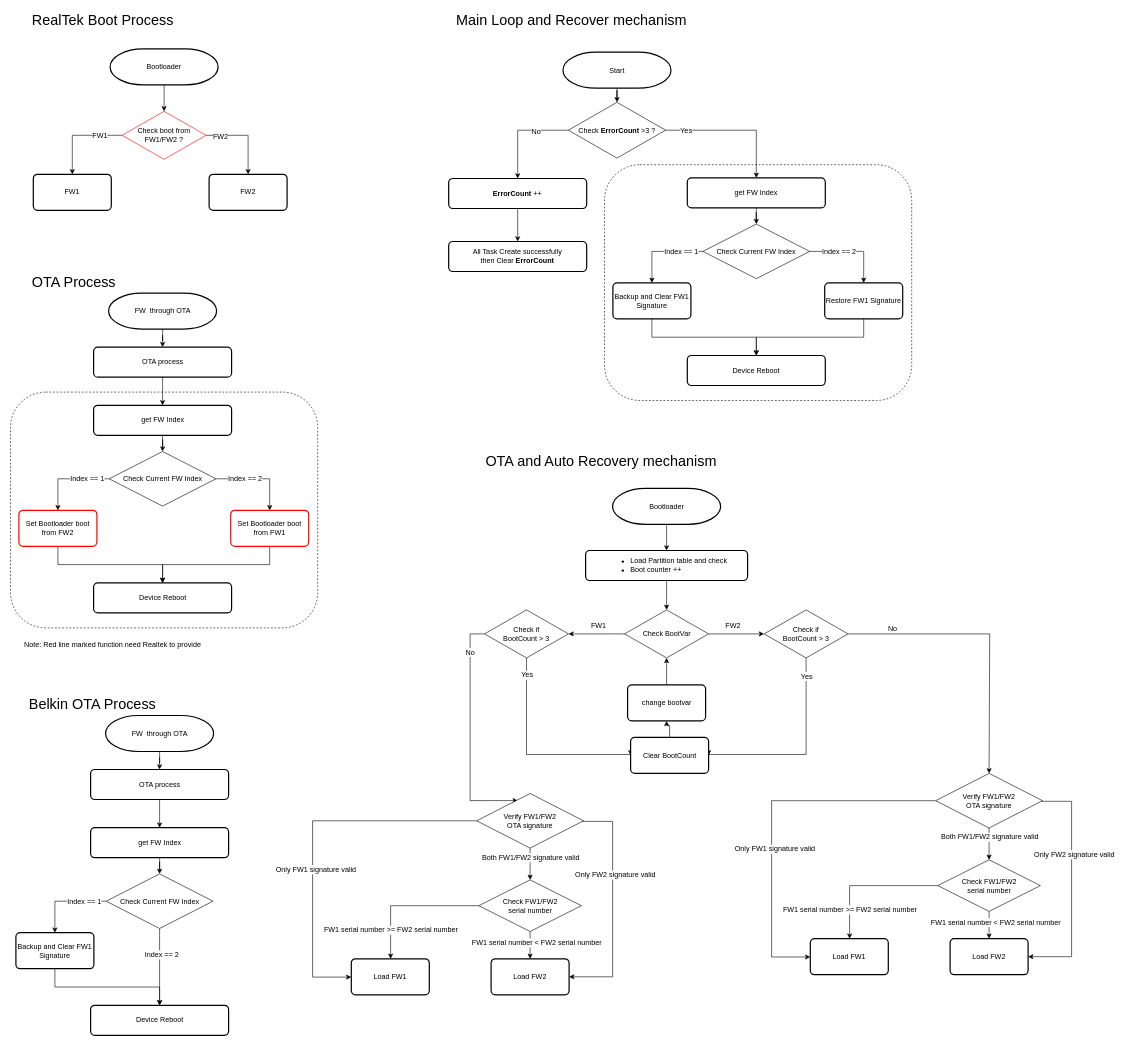
Earlier version of the draw.io diagram AutoRecovery.drawio (starbuckslatte/starbuckslatte.github.io). Source tidied: cells renumbered, new cells numbered last; positions are measured from the earlier drawing's top-left corner, leaving out a move shared by most shapes. Both pictures are drawn from the tidied source at 60%, with x=0, y=0 at pixel (10, 10).
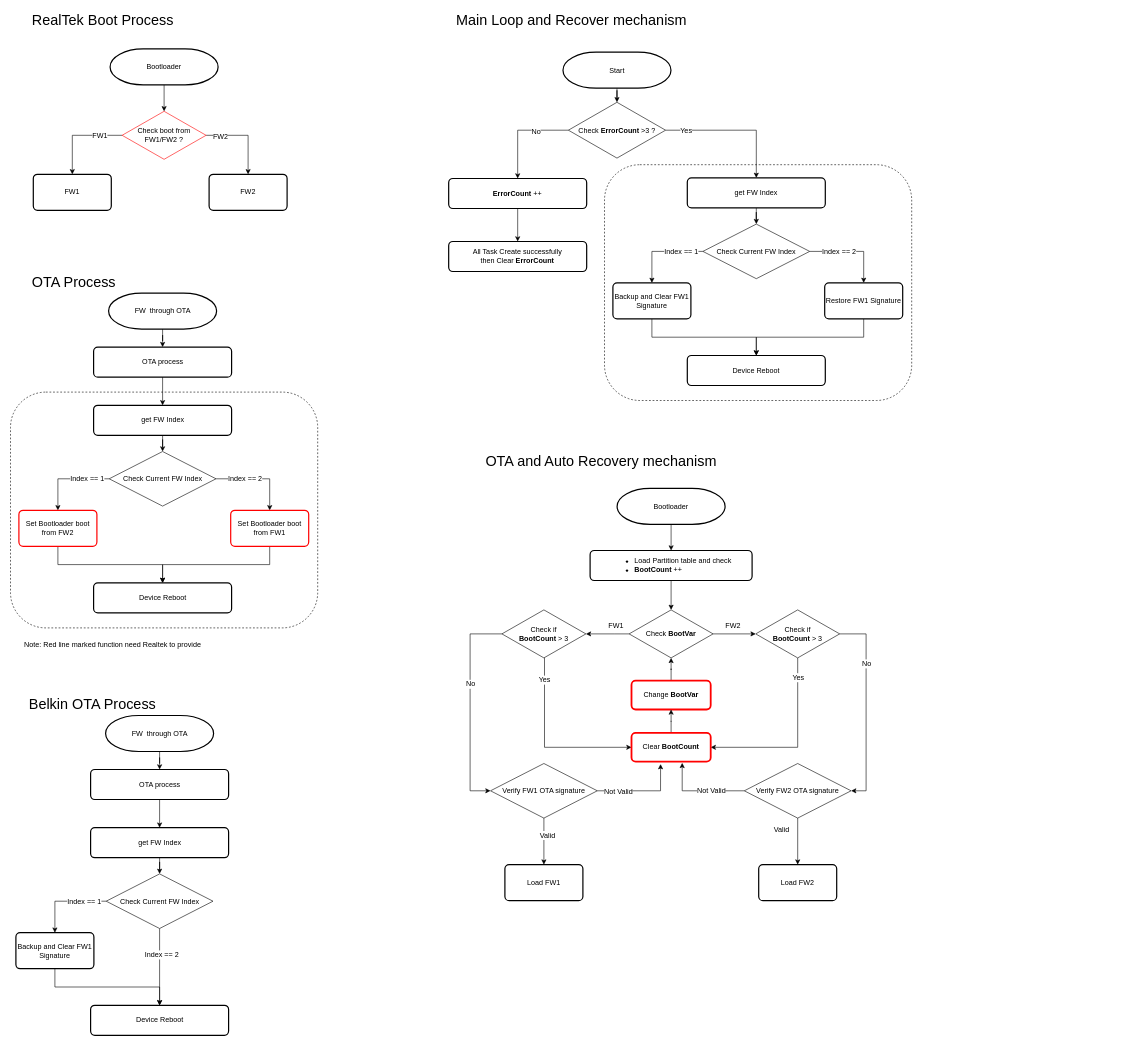
The same page after the edit.

The edit, as a diff of the source:
```diff
@@
-    <mxCell id="73" value="Check BootVar" style="rhombus;whiteSpace=wrap;html=1;strokeColor=#000000;flipV=0;" parent="1" vertex="1">
-      <mxGeometry x="1023.5" y="999" width="140" height="80" as="geometry" />
+    <mxCell id="73" value="Check &lt;b&gt;BootVar&lt;/b&gt;" style="rhombus;whiteSpace=wrap;html=1;strokeColor=#000000;flipV=0;strokeWidth=1;flipH=1;" parent="1" vertex="1">
+      <mxGeometry x="1031" y="999" width="140" height="80" as="geometry" />
     </mxCell>
@@
     <mxCell id="75" value="Bootloader" style="strokeWidth=2;html=1;shape=mxgraph.flowchart.terminator;whiteSpace=wrap;flipV=0;" parent="1" vertex="1">
-      <mxGeometry x="1003.5" y="796.5" width="180" height="60" as="geometry" />
+      <mxGeometry x="1011" y="796.5" width="180" height="60" as="geometry" />
     </mxCell>
-    <mxCell id="76" style="edgeStyle=orthogonalEdgeStyle;rounded=0;jettySize=auto;html=1;entryX=0;entryY=0.5;entryDx=0;entryDy=0;" parent="1" edge="1" source="80" target="122">
-      <mxGeometry relative="1" as="geometry">
-        <Array as="points">
-          <mxPoint x="860" y="1240" />
-          <mxPoint x="1033" y="1240" />
-        </Array>
-      </mxGeometry>
-    </mxCell>
-    <mxCell id="77" value="Yes" style="text;html=1;align=center;verticalAlign=middle;labelBackgroundColor=#ffffff;" parent="76" vertex="1">
-      <mxGeometry x="-0.85" relative="1" as="geometry">
-        <mxPoint y="3" as="offset" />
-      </mxGeometry>
-    </mxCell>
+    <mxCell id="123" style="edgeStyle=orthogonalEdgeStyle;rounded=0;jettySize=auto;html=1;entryX=0;entryY=0.5;entryDx=0;entryDy=0;" parent="1" edge="1" source="80" target="140">
+      <mxGeometry relative="1" as="geometry">
+        <Array as="points">
+          <mxPoint x="890" y="1228" />
+        </Array>
+      </mxGeometry>
+    </mxCell>
+    <mxCell id="124" value="Yes" style="text;html=1;align=center;verticalAlign=middle;labelBackgroundColor=#ffffff;" parent="123" vertex="1">
+      <mxGeometry x="-0.75" y="-1" relative="1" as="geometry" />
+    </mxCell>
-    <mxCell id="78" style="edgeStyle=orthogonalEdgeStyle;rounded=0;jettySize=auto;html=1;entryX=0.385;entryY=0.13;entryDx=0;entryDy=0;entryPerimeter=0;" parent="1" edge="1" source="80" target="97">
+    <mxCell id="78" style="edgeStyle=orthogonalEdgeStyle;rounded=0;jettySize=auto;html=1;entryX=0;entryY=0.5;entryDx=0;entryDy=0;" parent="1" edge="1" source="80" target="97">
       <mxGeometry relative="1" as="geometry">
         <Array as="points">
           <mxPoint x="766" y="1039" />
-          <mxPoint x="766" y="1316" />
+          <mxPoint x="766" y="1301" />
         </Array>
       </mxGeometry>
     </mxCell>
-    <mxCell id="79" value="No" style="text;html=1;align=center;verticalAlign=middle;labelBackgroundColor=#ffffff;" parent="78" vertex="1">
-      <mxGeometry x="-0.71" y="-1" relative="1" as="geometry">
-        <mxPoint y="-1" as="offset" />
-      </mxGeometry>
-    </mxCell>
+    <mxCell id="125" value="No" style="text;html=1;align=center;verticalAlign=middle;labelBackgroundColor=#ffffff;" parent="78" vertex="1">
+      <mxGeometry x="-0.48" y="1" relative="1" as="geometry">
+        <mxPoint x="-1" y="45.5" as="offset" />
+      </mxGeometry>
+    </mxCell>
-    <mxCell id="80" value="&lt;div&gt;Check if &lt;br&gt;&lt;/div&gt;&lt;div&gt;BootCount &amp;gt; 3&lt;br&gt;&lt;/div&gt;" style="rhombus;whiteSpace=wrap;html=1;strokeColor=#000000;" parent="1" vertex="1">
-      <mxGeometry x="790" y="999" width="140" height="80" as="geometry" />
+    <mxCell id="80" value="&lt;div&gt;Check if &lt;br&gt;&lt;/div&gt;&lt;div&gt;&lt;b&gt;BootCount&lt;/b&gt; &amp;gt; 3&lt;br&gt;&lt;/div&gt;" style="rhombus;whiteSpace=wrap;html=1;strokeColor=#000000;flipH=1;" parent="1" vertex="1">
+      <mxGeometry x="819" y="999" width="140" height="80" as="geometry" />
     </mxCell>
@@
-    <mxCell id="83" value="&lt;ul&gt;&lt;li&gt;Load Partition table and check&lt;/li&gt;&lt;li&gt;&lt;div align=&quot;left&quot;&gt;Boot counter ++&lt;/div&gt;&lt;/li&gt;&lt;/ul&gt;" style="rounded=1;whiteSpace=wrap;html=1;absoluteArcSize=1;arcSize=14;strokeWidth=2;flipV=0;" parent="1" vertex="1">
-      <mxGeometry x="958.5" y="900" width="270" height="50" as="geometry" />
+    <mxCell id="83" value="&lt;ul&gt;&lt;li&gt;Load Partition table and check&lt;/li&gt;&lt;li&gt;&lt;div align=&quot;left&quot;&gt;&lt;b&gt;BootCount&lt;/b&gt; ++&lt;/div&gt;&lt;/li&gt;&lt;/ul&gt;" style="rounded=1;whiteSpace=wrap;html=1;absoluteArcSize=1;arcSize=14;strokeWidth=2;flipV=0;" parent="1" vertex="1">
+      <mxGeometry x="966" y="900" width="270" height="50" as="geometry" />
     </mxCell>
-    <mxCell id="84" style="edgeStyle=orthogonalEdgeStyle;rounded=0;jettySize=auto;html=1;entryX=1;entryY=0.5;entryDx=0;entryDy=0;" parent="1" edge="1" source="88" target="122">
-      <mxGeometry relative="1" as="geometry">
-        <Array as="points">
-          <mxPoint x="1326" y="1240" />
-          <mxPoint x="1164" y="1240" />
-        </Array>
-      </mxGeometry>
-    </mxCell>
-    <mxCell id="85" value="Yes" style="text;html=1;align=center;verticalAlign=middle;labelBackgroundColor=#ffffff;" parent="84" vertex="1">
-      <mxGeometry x="-0.77" relative="1" as="geometry">
-        <mxPoint y="-6.5" as="offset" />
-      </mxGeometry>
-    </mxCell>
-    <mxCell id="86" style="edgeStyle=orthogonalEdgeStyle;rounded=0;jettySize=auto;html=1;entryX=0.5;entryY=0;entryDx=0;entryDy=0;" parent="1" edge="1" source="88" target="113">
-      <mxGeometry relative="1" as="geometry">
-        <Array as="points">
-          <mxPoint x="1632" y="1039" />
-        </Array>
-      </mxGeometry>
-    </mxCell>
-    <mxCell id="87" value="No" style="text;html=1;align=center;verticalAlign=middle;labelBackgroundColor=#ffffff;" parent="86" vertex="1">
-      <mxGeometry x="-0.69" relative="1" as="geometry">
-        <mxPoint y="-9.1" as="offset" />
-      </mxGeometry>
-    </mxCell>
+    <mxCell id="126" style="edgeStyle=orthogonalEdgeStyle;rounded=0;jettySize=auto;html=1;entryX=1;entryY=0.5;entryDx=0;entryDy=0;" parent="1" edge="1" source="88" target="137">
+      <mxGeometry relative="1" as="geometry">
+        <Array as="points">
+          <mxPoint x="1426" y="1039" />
+          <mxPoint x="1426" y="1301" />
+        </Array>
+      </mxGeometry>
+    </mxCell>
+    <mxCell id="127" value="No" style="text;html=1;align=center;verticalAlign=middle;labelBackgroundColor=#ffffff;" parent="126" vertex="1">
+      <mxGeometry x="-0.6" y="2" relative="1" as="geometry">
+        <mxPoint x="-2" y="27.5" as="offset" />
+      </mxGeometry>
+    </mxCell>
+    <mxCell id="128" style="edgeStyle=orthogonalEdgeStyle;rounded=0;jettySize=auto;html=1;entryX=1;entryY=0.5;entryDx=0;entryDy=0;" parent="1" edge="1" source="88" target="140">
+      <mxGeometry relative="1" as="geometry">
+        <Array as="points">
+          <mxPoint x="1312" y="1228" />
+        </Array>
+      </mxGeometry>
+    </mxCell>
+    <mxCell id="129" value="Yes" style="text;html=1;align=center;verticalAlign=middle;labelBackgroundColor=#ffffff;" parent="128" vertex="1">
+      <mxGeometry x="-0.78" relative="1" as="geometry" />
+    </mxCell>
-    <mxCell id="88" value="&lt;div&gt;Check if &lt;br&gt;&lt;/div&gt;&lt;div&gt;BootCount &amp;gt; 3&lt;br&gt;&lt;/div&gt;" style="rhombus;whiteSpace=wrap;html=1;strokeColor=#000000;" parent="1" vertex="1">
-      <mxGeometry x="1256" y="999" width="140" height="80" as="geometry" />
+    <mxCell id="88" value="&lt;div&gt;Check if &lt;br&gt;&lt;/div&gt;&lt;div&gt;&lt;b&gt;BootCount&lt;/b&gt; &amp;gt; 3&lt;br&gt;&lt;/div&gt;" style="rhombus;whiteSpace=wrap;html=1;strokeColor=#000000;flipH=1;" parent="1" vertex="1">
+      <mxGeometry x="1242" y="999" width="140" height="80" as="geometry" />
     </mxCell>
     <mxCell id="89" value="FW1" style="text;html=1;align=center;verticalAlign=middle;labelBackgroundColor=#ffffff;" parent="1" vertex="1">
-      <mxGeometry x="966" y="1026" as="geometry">
+      <mxGeometry x="995" y="1026" as="geometry">
         <mxPoint x="13" y="-1.5" as="offset" />
       </mxGeometry>
     </mxCell>
@@
     <mxCell id="91" value="Load FW1" style="rounded=1;whiteSpace=wrap;html=1;absoluteArcSize=1;arcSize=14;strokeWidth=2;strokeColor=#000000;" parent="1" vertex="1">
-      <mxGeometry x="568" y="1580.5" width="130" height="60" as="geometry" />
+      <mxGeometry x="824" y="1423.5" width="130" height="60" as="geometry" />
     </mxCell>
     <mxCell id="92" style="edgeStyle=orthogonalEdgeStyle;rounded=0;jettySize=auto;html=1;" parent="1" edge="1" source="97" target="91">
       <mxGeometry relative="1" as="geometry">
         <Array as="points">
-          <mxPoint x="503.5" y="1351" />
-          <mxPoint x="503.5" y="1611" />
+          <mxPoint x="889" y="1452" />
+          <mxPoint x="889" y="1452" />
         </Array>
       </mxGeometry>
     </mxCell>
-    <mxCell id="93" value="Only FW1 signature valid" style="text;html=1;align=center;verticalAlign=middle;labelBackgroundColor=#ffffff;" parent="92" vertex="1">
+    <mxCell id="93" value="Valid" style="text;html=1;align=center;verticalAlign=middle;labelBackgroundColor=#ffffff;" parent="92" vertex="1">
       <mxGeometry x="0.25" y="5" relative="1" as="geometry">
         <mxPoint y="-20" as="offset" />
       </mxGeometry>
     </mxCell>
-    <mxCell id="94" style="edgeStyle=orthogonalEdgeStyle;rounded=0;jettySize=auto;html=1;entryX=1;entryY=0.5;entryDx=0;entryDy=0;" parent="1" edge="1" source="97" target="101">
-      <mxGeometry relative="1" as="geometry">
-        <Array as="points">
-          <mxPoint x="1003.5" y="1351.5" />
-          <mxPoint x="1003.5" y="1610.5" />
-        </Array>
-      </mxGeometry>
-    </mxCell>
-    <mxCell id="95" value="Only FW2 signature valid" style="text;html=1;align=center;verticalAlign=middle;labelBackgroundColor=#ffffff;" parent="94" vertex="1">
-      <mxGeometry x="-0.27" y="4" relative="1" as="geometry" />
-    </mxCell>
-    <mxCell id="96" style="edgeStyle=orthogonalEdgeStyle;rounded=0;jettySize=auto;html=1;entryX=0.5;entryY=0;entryDx=0;entryDy=0;" parent="1" edge="1" source="97" target="100">
-      <mxGeometry relative="1" as="geometry">
-        <Array as="points">
-          <mxPoint x="866.5" y="1439" />
-        </Array>
-      </mxGeometry>
-    </mxCell>
+    <mxCell id="130" style="edgeStyle=orthogonalEdgeStyle;rounded=0;jettySize=auto;html=1;entryX=0.367;entryY=1.083;entryDx=0;entryDy=0;entryPerimeter=0;" parent="1" edge="1" source="97" target="140">
+      <mxGeometry relative="1" as="geometry" />
+    </mxCell>
+    <mxCell id="131" value="Not Valid" style="text;html=1;align=center;verticalAlign=middle;labelBackgroundColor=#ffffff;" parent="130" vertex="1">
+      <mxGeometry x="-0.54" y="-2" relative="1" as="geometry" />
+    </mxCell>
-    <mxCell id="97" value="&lt;div&gt;Verify FW1/FW2&lt;/div&gt;&lt;div&gt;OTA signature&lt;br&gt;&lt;/div&gt;" style="rhombus;whiteSpace=wrap;html=1;flipV=0;" parent="1" vertex="1">
-      <mxGeometry x="777" y="1305" width="178" height="91" as="geometry" />
+    <mxCell id="97" value="&lt;div&gt;Verify FW1 OTA signature&lt;br&gt;&lt;/div&gt;" style="rhombus;whiteSpace=wrap;html=1;flipV=0;" parent="1" vertex="1">
+      <mxGeometry x="800" y="1255" width="178" height="91" as="geometry" />
     </mxCell>
-    <mxCell id="98" style="edgeStyle=orthogonalEdgeStyle;rounded=0;jettySize=auto;html=1;" parent="1" edge="1" source="100" target="101">
-      <mxGeometry relative="1" as="geometry">
-        <Array as="points">
-          <mxPoint x="866.5" y="1551" />
-          <mxPoint x="866.5" y="1551" />
-        </Array>
-      </mxGeometry>
-    </mxCell>
-    <mxCell id="99" style="edgeStyle=orthogonalEdgeStyle;rounded=0;jettySize=auto;html=1;" parent="1" edge="1" source="100" target="91">
-      <mxGeometry relative="1" as="geometry">
-        <Array as="points">
-          <mxPoint x="633.5" y="1492" />
-        </Array>
-      </mxGeometry>
-    </mxCell>
-    <mxCell id="100" value="&lt;div&gt;Check FW1/FW2&lt;/div&gt;&lt;div&gt;serial number&lt;br&gt;&lt;/div&gt;" style="rhombus;whiteSpace=wrap;html=1;strokeColor=#000000;flipV=0;" parent="1" vertex="1">
-      <mxGeometry x="780.5" y="1449" width="171" height="86" as="geometry" />
-    </mxCell>
-    <mxCell id="101" value="Load FW2" style="rounded=1;whiteSpace=wrap;html=1;absoluteArcSize=1;arcSize=14;strokeWidth=2;strokeColor=#000000;flipV=0;" parent="1" vertex="1">
-      <mxGeometry x="801" y="1580.5" width="130" height="60" as="geometry" />
-    </mxCell>
-    <mxCell id="102" value="Both FW1/FW2 signature valid" style="text;html=1;align=center;verticalAlign=middle;labelBackgroundColor=#ffffff;" parent="1" vertex="1">
-      <mxGeometry x="866" y="1411" as="geometry" />
-    </mxCell>
-    <mxCell id="103" value="FW1 serial number &amp;lt; FW2 serial number" style="text;html=1;align=center;verticalAlign=middle;labelBackgroundColor=#ffffff;" parent="1" vertex="1">
-      <mxGeometry x="876.5" y="1553" as="geometry" />
-    </mxCell>
-    <mxCell id="104" value="FW1 serial number &amp;gt;= FW2 serial number" style="text;html=1;align=center;verticalAlign=middle;labelBackgroundColor=#ffffff;" parent="1" vertex="1">
-      <mxGeometry x="633" y="1532" as="geometry" />
-    </mxCell>
-    <mxCell id="105" style="edgeStyle=orthogonalEdgeStyle;rounded=0;jettySize=auto;html=1;" parent="1" edge="1" source="106" target="73">
-      <mxGeometry relative="1" as="geometry" />
-    </mxCell>
-    <mxCell id="106" value="change bootvar" style="rounded=1;whiteSpace=wrap;html=1;absoluteArcSize=1;arcSize=14;strokeWidth=2;strokeColor=#000000;flipV=0;" parent="1" vertex="1">
-      <mxGeometry x="1028.5" y="1124" width="130" height="60" as="geometry" />
-    </mxCell>
-    <mxCell id="107" value="Load FW1" style="rounded=1;whiteSpace=wrap;html=1;absoluteArcSize=1;arcSize=14;strokeWidth=2;strokeColor=#000000;" parent="1" vertex="1">
-      <mxGeometry x="1333" y="1547" width="130" height="60" as="geometry" />
-    </mxCell>
-    <mxCell id="108" style="edgeStyle=orthogonalEdgeStyle;rounded=0;jettySize=auto;html=1;" parent="1" edge="1" source="113" target="107">
-      <mxGeometry relative="1" as="geometry">
-        <Array as="points">
-          <mxPoint x="1268.5" y="1317.5" />
-          <mxPoint x="1268.5" y="1577.5" />
-        </Array>
-      </mxGeometry>
-    </mxCell>
-    <mxCell id="109" value="Only FW1 signature valid" style="text;html=1;align=center;verticalAlign=middle;labelBackgroundColor=#ffffff;" parent="108" vertex="1">
-      <mxGeometry x="0.25" y="5" relative="1" as="geometry">
-        <mxPoint y="-20" as="offset" />
-      </mxGeometry>
-    </mxCell>
-    <mxCell id="110" style="edgeStyle=orthogonalEdgeStyle;rounded=0;jettySize=auto;html=1;entryX=1;entryY=0.5;entryDx=0;entryDy=0;" parent="1" edge="1" source="113" target="117">
-      <mxGeometry relative="1" as="geometry">
-        <Array as="points">
-          <mxPoint x="1768.5" y="1318" />
-          <mxPoint x="1768.5" y="1577" />
-        </Array>
-      </mxGeometry>
-    </mxCell>
-    <mxCell id="111" value="Only FW2 signature valid" style="text;html=1;align=center;verticalAlign=middle;labelBackgroundColor=#ffffff;" parent="110" vertex="1">
-      <mxGeometry x="-0.27" y="4" relative="1" as="geometry" />
-    </mxCell>
-    <mxCell id="112" style="edgeStyle=orthogonalEdgeStyle;rounded=0;jettySize=auto;html=1;entryX=0.5;entryY=0;entryDx=0;entryDy=0;" parent="1" edge="1" source="113" target="116">
-      <mxGeometry relative="1" as="geometry">
-        <Array as="points">
-          <mxPoint x="1631.5" y="1405.5" />
-        </Array>
-      </mxGeometry>
-    </mxCell>
-    <mxCell id="113" value="&lt;div&gt;Verify FW1/FW2&lt;/div&gt;&lt;div&gt;OTA signature&lt;br&gt;&lt;/div&gt;" style="rhombus;whiteSpace=wrap;html=1;flipV=0;" parent="1" vertex="1">
-      <mxGeometry x="1542" y="1271.5" width="178" height="91" as="geometry" />
-    </mxCell>
-    <mxCell id="114" style="edgeStyle=orthogonalEdgeStyle;rounded=0;jettySize=auto;html=1;" parent="1" edge="1" source="116" target="117">
-      <mxGeometry relative="1" as="geometry">
-        <Array as="points">
-          <mxPoint x="1631.5" y="1517.5" />
-          <mxPoint x="1631.5" y="1517.5" />
-        </Array>
-      </mxGeometry>
-    </mxCell>
-    <mxCell id="115" style="edgeStyle=orthogonalEdgeStyle;rounded=0;jettySize=auto;html=1;" parent="1" edge="1" source="116" target="107">
-      <mxGeometry relative="1" as="geometry">
-        <Array as="points">
-          <mxPoint x="1398.5" y="1458.5" />
-        </Array>
-      </mxGeometry>
-    </mxCell>
-    <mxCell id="116" value="&lt;div&gt;Check FW1/FW2&lt;/div&gt;&lt;div&gt;serial number&lt;br&gt;&lt;/div&gt;" style="rhombus;whiteSpace=wrap;html=1;strokeColor=#000000;flipV=0;" parent="1" vertex="1">
-      <mxGeometry x="1545.5" y="1415.5" width="171" height="86" as="geometry" />
-    </mxCell>
-    <mxCell id="117" value="Load FW2" style="rounded=1;whiteSpace=wrap;html=1;absoluteArcSize=1;arcSize=14;strokeWidth=2;strokeColor=#000000;flipV=0;" parent="1" vertex="1">
-      <mxGeometry x="1566" y="1547" width="130" height="60" as="geometry" />
-    </mxCell>
-    <mxCell id="118" value="Both FW1/FW2 signature valid" style="text;html=1;align=center;verticalAlign=middle;labelBackgroundColor=#ffffff;" parent="1" vertex="1">
-      <mxGeometry x="1631" y="1377.5" as="geometry" />
-    </mxCell>
-    <mxCell id="119" value="FW1 serial number &amp;lt; FW2 serial number" style="text;html=1;align=center;verticalAlign=middle;labelBackgroundColor=#ffffff;" parent="1" vertex="1">
-      <mxGeometry x="1641.5" y="1519.5" as="geometry" />
-    </mxCell>
-    <mxCell id="120" value="FW1 serial number &amp;gt;= FW2 serial number" style="text;html=1;align=center;verticalAlign=middle;labelBackgroundColor=#ffffff;" parent="1" vertex="1">
-      <mxGeometry x="1398" y="1498.5" as="geometry" />
-    </mxCell>
-    <mxCell id="121" style="edgeStyle=orthogonalEdgeStyle;rounded=0;jettySize=auto;html=1;" parent="1" edge="1" source="122" target="106">
-      <mxGeometry relative="1" as="geometry" />
-    </mxCell>
+    <mxCell id="132" style="edgeStyle=orthogonalEdgeStyle;rounded=0;jettySize=auto;html=1;" parent="1" edge="1" source="122" target="73">
+      <mxGeometry relative="1" as="geometry" />
+    </mxCell>
-    <mxCell id="122" value="Clear BootCount" style="rounded=1;whiteSpace=wrap;html=1;absoluteArcSize=1;arcSize=14;strokeWidth=2;strokeColor=#000000;flipV=0;" parent="1" vertex="1">
-      <mxGeometry x="1033.5" y="1211.5" width="130" height="60" as="geometry" />
+    <mxCell id="122" value="&lt;div align=&quot;left&quot;&gt;Change &lt;b&gt;BootVar&lt;/b&gt;&lt;/div&gt;" style="rounded=1;whiteSpace=wrap;html=1;absoluteArcSize=1;arcSize=14;strokeWidth=3;strokeColor=#FF0000;flipV=0;" parent="1" vertex="1">
+      <mxGeometry x="1035" y="1117" width="132" height="48" as="geometry" />
     </mxCell>
+    <mxCell id="133" value="Load FW2" style="rounded=1;whiteSpace=wrap;html=1;absoluteArcSize=1;arcSize=14;strokeWidth=2;strokeColor=#000000;" parent="1" vertex="1">
+      <mxGeometry x="1247" y="1423.5" width="130" height="60" as="geometry" />
+    </mxCell>
+    <mxCell id="134" style="edgeStyle=orthogonalEdgeStyle;rounded=0;jettySize=auto;html=1;exitX=0.5;exitY=1;exitDx=0;exitDy=0;" parent="1" edge="1" source="137" target="133">
+      <mxGeometry relative="1" as="geometry" />
+    </mxCell>
+    <mxCell id="135" style="edgeStyle=orthogonalEdgeStyle;rounded=0;jettySize=auto;html=1;entryX=0.64;entryY=1.042;entryDx=0;entryDy=0;entryPerimeter=0;" parent="1" edge="1" source="137" target="140">
+      <mxGeometry relative="1" as="geometry" />
+    </mxCell>
+    <mxCell id="136" value="Not Valid" style="text;html=1;align=center;verticalAlign=middle;labelBackgroundColor=#ffffff;" parent="135" vertex="1">
+      <mxGeometry x="-0.15" y="-1" relative="1" as="geometry">
+        <mxPoint x="8.5" y="0.5" as="offset" />
+      </mxGeometry>
+    </mxCell>
+    <mxCell id="137" value="&lt;div&gt;Verify FW2 OTA signature&lt;br&gt;&lt;/div&gt;" style="rhombus;whiteSpace=wrap;html=1;flipV=0;" parent="1" vertex="1">
+      <mxGeometry x="1223" y="1255" width="178" height="91" as="geometry" />
+    </mxCell>
+    <mxCell id="138" value="Valid" style="text;html=1;align=center;verticalAlign=middle;labelBackgroundColor=#ffffff;" parent="1" vertex="1">
+      <mxGeometry x="904" y="1393.2" as="geometry">
+        <mxPoint x="380" y="-28" as="offset" />
+      </mxGeometry>
+    </mxCell>
+    <mxCell id="139" style="edgeStyle=orthogonalEdgeStyle;rounded=0;jettySize=auto;html=1;" parent="1" edge="1" source="140" target="122">
+      <mxGeometry relative="1" as="geometry" />
+    </mxCell>
+    <mxCell id="140" value="&lt;div align=&quot;left&quot;&gt;Clear &lt;b&gt;BootCount&lt;/b&gt;&lt;br&gt;&lt;/div&gt;" style="rounded=1;whiteSpace=wrap;html=1;absoluteArcSize=1;arcSize=14;strokeWidth=3;strokeColor=#FF0000;flipV=0;" parent="1" vertex="1">
+      <mxGeometry x="1035" y="1204" width="132" height="48" as="geometry" />
+    </mxCell>
```
